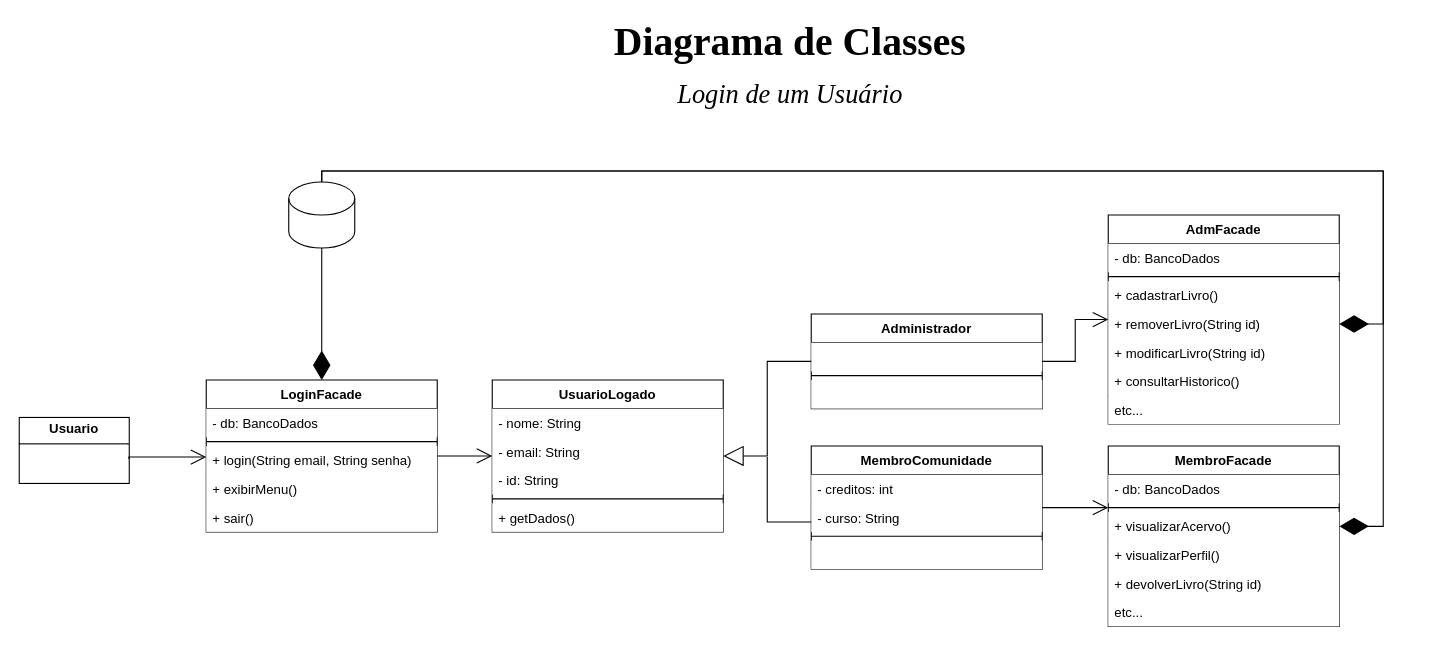
This is documents/diagramas/Classes-Login-Usuario-Facade.drawio from V1torMiranda/ifpb-biblioteca-comunitaria, a draw.io file, before an edit. Source tidied: cells renumbered, new cells numbered last; positions are measured from the earlier drawing's top-left corner, leaving out a move shared by most shapes. Both pictures are drawn from the tidied source at 110%, with x=0, y=0 at pixel (19, 28).
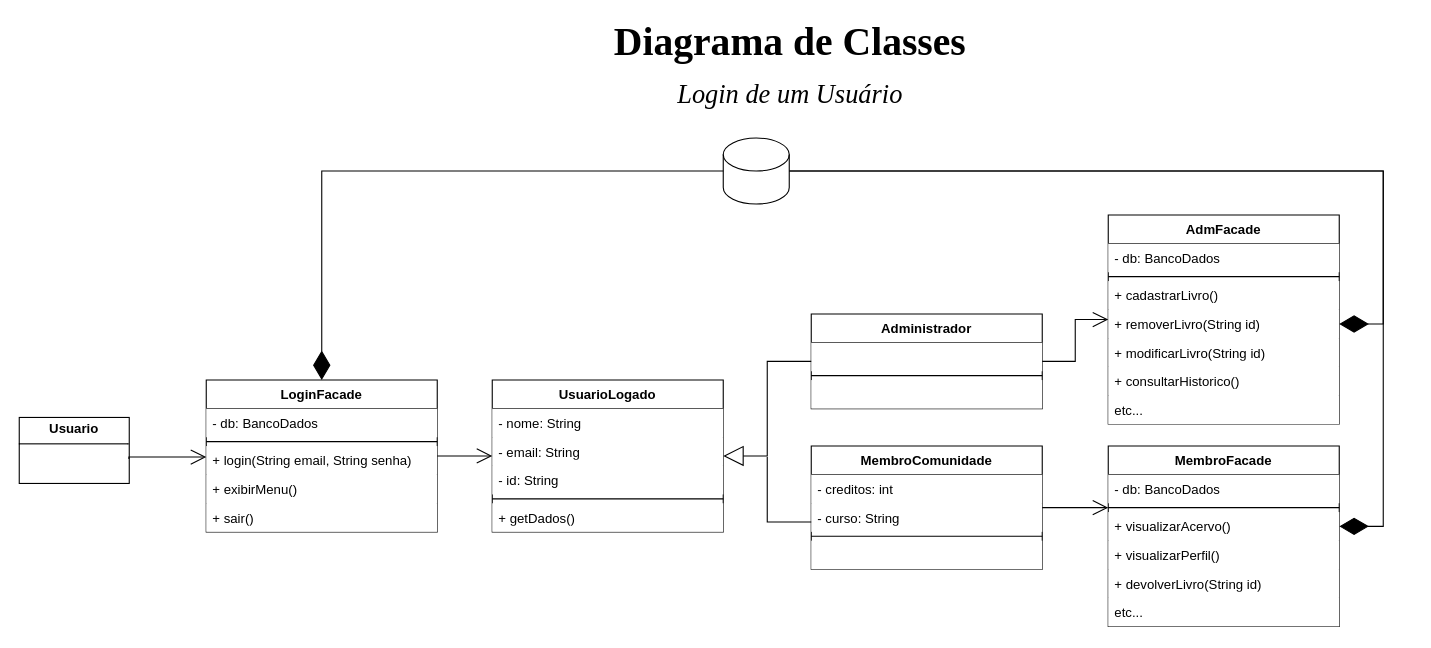
The same page after the edit.

Unchanged cells that the change refers to:
```xml
<mxCell id="5" value="LoginFacade" style="swimlane;fontStyle=1;align=center;verticalAlign=top;horizontal=1;startSize=26;whiteSpace=wrap;html=1;strokeColor=default;fontFamily=Helvetica;fontSize=12;fontColor=default;fillColor=default;swimlaneFillColor=none;glass=0;swimlaneLine=1;" parent="1" vertex="1">
  <mxGeometry x="170" y="320" width="210" height="138" as="geometry" />
</mxCell>
<mxCell id="14" value="&lt;div&gt;+ visualizarAcervo()&lt;/div&gt;" style="text;strokeColor=none;fillColor=default;align=left;verticalAlign=top;spacingLeft=4;spacingRight=4;overflow=hidden;points=[[0,0.5],[1,0.5]];portConstraint=eastwest;whiteSpace=wrap;html=1;fontFamily=Helvetica;fontSize=12;fontColor=default;fillStyle=solid;" parent="11" vertex="1">
  <mxGeometry y="60" width="210" height="26" as="geometry" />
</mxCell>
<mxCell id="22" value="&lt;div&gt;+ removerLivro(String id)&lt;/div&gt;" style="text;strokeColor=none;fillColor=default;align=left;verticalAlign=top;spacingLeft=4;spacingRight=4;overflow=hidden;points=[[0,0.5],[1,0.5]];portConstraint=eastwest;whiteSpace=wrap;html=1;fontFamily=Helvetica;fontSize=12;fontColor=default;fillStyle=solid;" parent="18" vertex="1">
  <mxGeometry y="86" width="210" height="26" as="geometry" />
</mxCell>
```

What changed in the source:
```diff
@@
     <mxCell id="3" style="shape=cylinder3;whiteSpace=wrap;html=1;boundedLbl=1;backgroundOutline=1;size=15;" parent="1" vertex="1">
-      <mxGeometry x="245" y="140" width="60" height="60" as="geometry" />
+      <mxGeometry x="640" y="100" width="60" height="60" as="geometry" />
     </mxCell>
@@
-    <mxCell id="47" style="endArrow=diamondThin;endFill=1;endSize=24;html=1;rounded=0;fontFamily=Helvetica;fontSize=12;fontColor=default;entryX=0.5;entryY=0;entryDx=0;entryDy=0;" parent="1" edge="1" source="3" target="5">
+    <mxCell id="47" style="endArrow=diamondThin;endFill=1;endSize=24;html=1;rounded=0;fontFamily=Helvetica;fontSize=12;fontColor=default;entryX=0.5;entryY=0;entryDx=0;entryDy=0;edgeStyle=orthogonalEdgeStyle;" parent="1" edge="1" source="3" target="5">
       <mxGeometry relative="1" as="geometry" />
     </mxCell>
@@
     <mxCell id="50" style="endArrow=diamondThin;endFill=1;endSize=24;html=1;rounded=0;fontFamily=Helvetica;fontSize=12;fontColor=default;entryX=1;entryY=0.5;entryDx=0;entryDy=0;edgeStyle=orthogonalEdgeStyle;" parent="1" edge="1" source="3" target="22">
       <mxGeometry relative="1" as="geometry">
         <Array as="points">
-          <mxPoint x="275" y="130" />
           <mxPoint x="1240" y="130" />
           <mxPoint x="1240" y="269" />
         </Array>
       </mxGeometry>
     </mxCell>
     <mxCell id="51" style="endArrow=diamondThin;endFill=1;endSize=24;html=1;rounded=0;fontFamily=Helvetica;fontSize=12;fontColor=default;entryX=1;entryY=0.5;entryDx=0;entryDy=0;edgeStyle=orthogonalEdgeStyle;" parent="1" edge="1" source="3" target="14">
       <mxGeometry relative="1" as="geometry">
         <Array as="points">
-          <mxPoint x="275" y="130" />
           <mxPoint x="1240" y="130" />
           <mxPoint x="1240" y="453" />
         </Array>
       </mxGeometry>
     </mxCell>
```
